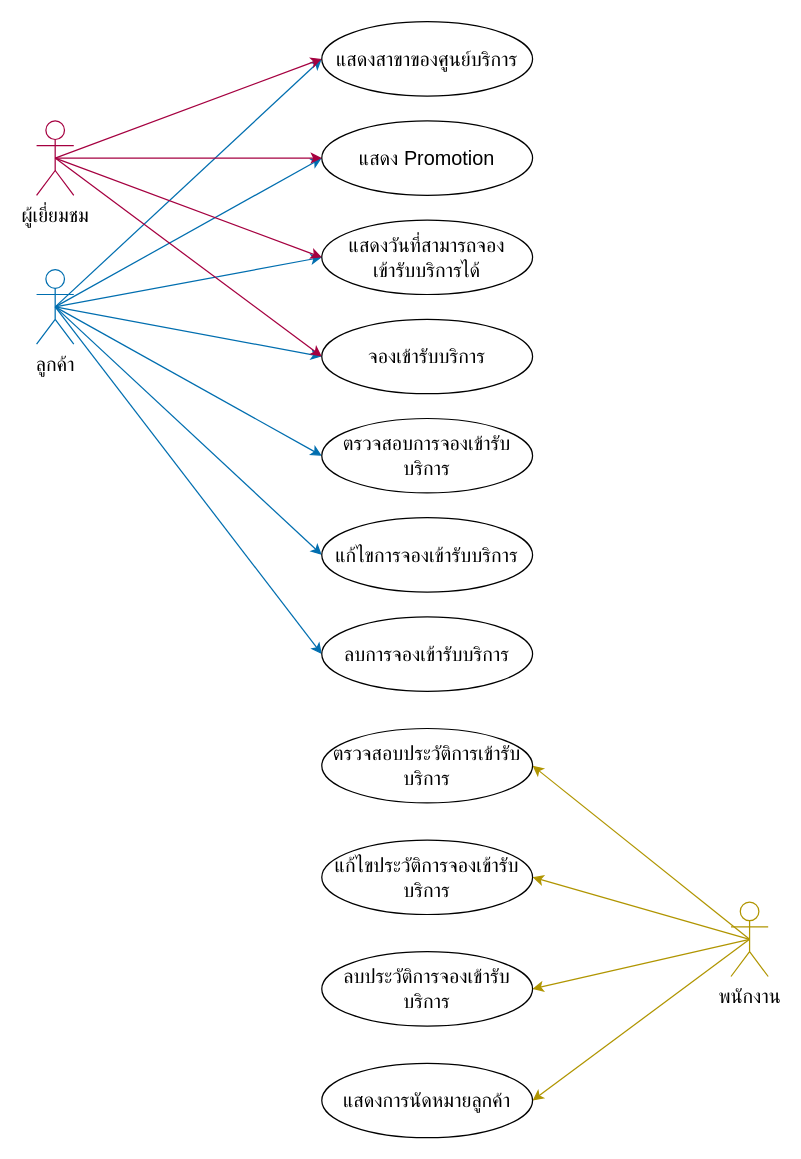
Before: test.drawio in nuannim/tyre-out, a draw.io diagram. Source tidied: cells renumbered, new cells numbered last; positions are measured from the earlier drawing's top-left corner, leaving out a move shared by most shapes. Both pictures are drawn from the tidied source at 124%, with x=0, y=0 at pixel (36, 21).
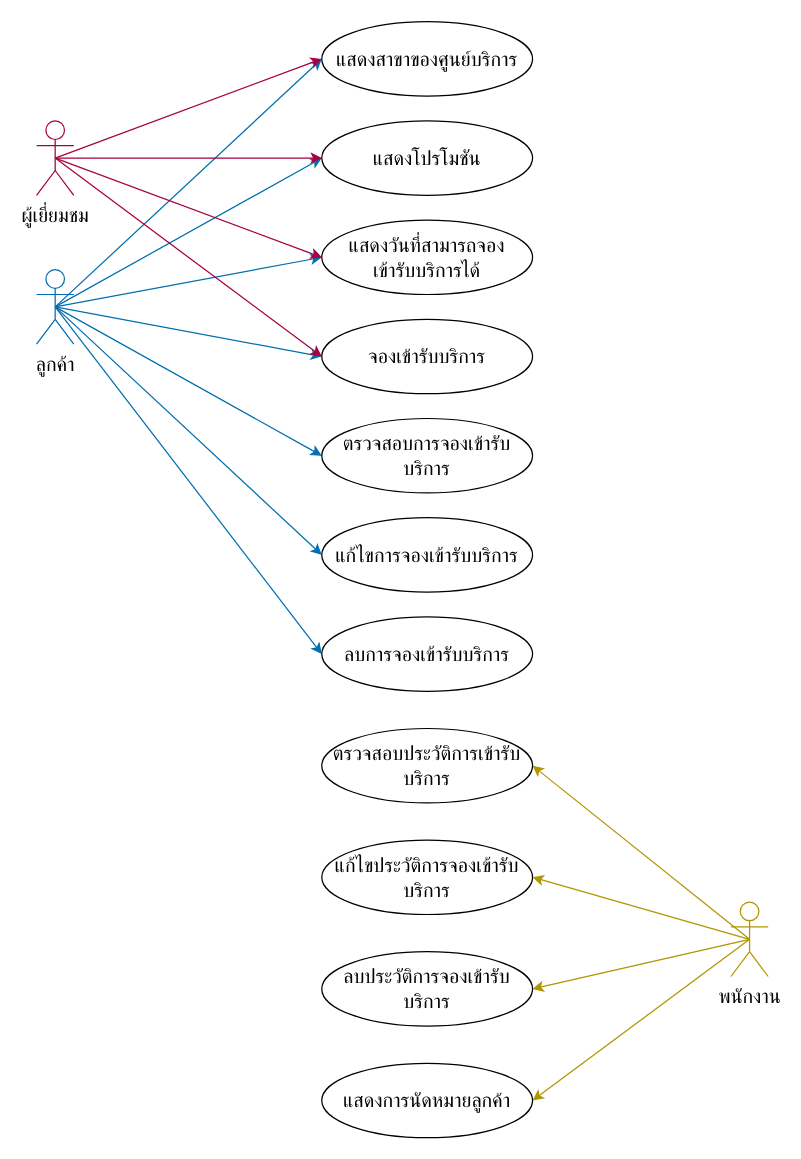
The same diagram, later.

The edit, as a diff of the source:
```diff
@@
-    <mxCell id="29" value="แสดง Promotion" style="ellipse;whiteSpace=wrap;html=1;fontFamily=th sarabunPSK;fontSize=16;rounded=1;" parent="1" vertex="1">
+    <mxCell id="29" value="แสดงโปรโมชัน" style="ellipse;whiteSpace=wrap;html=1;fontFamily=th sarabunPSK;fontSize=16;rounded=1;" parent="1" vertex="1">
       <mxGeometry x="230" y="80" width="170" height="60" as="geometry" />
     </mxCell>
```
